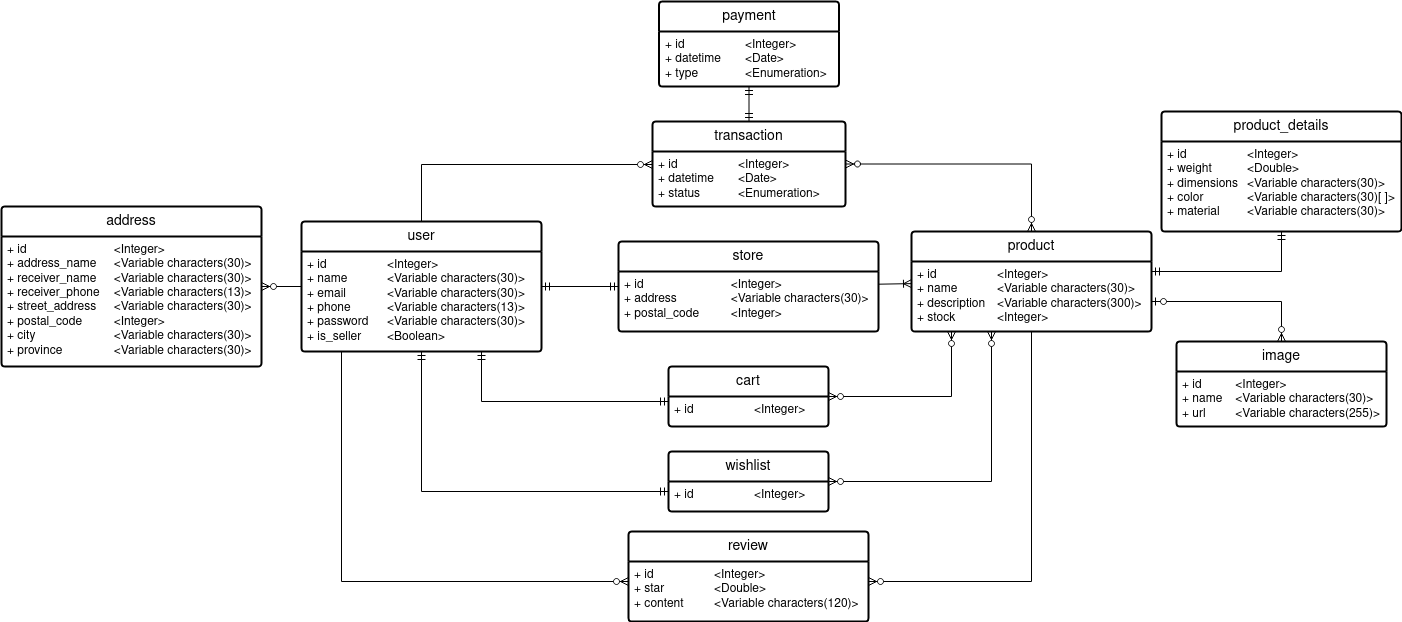
Above: NusantaraStore051_CDM.drawio.png in borednuna/NusantaraStore051_BE (draw.io), before the change. Source tidied: cells renumbered, new cells last; positions are measured from the earlier drawing's top-left corner, leaving out a move shared by most shapes.
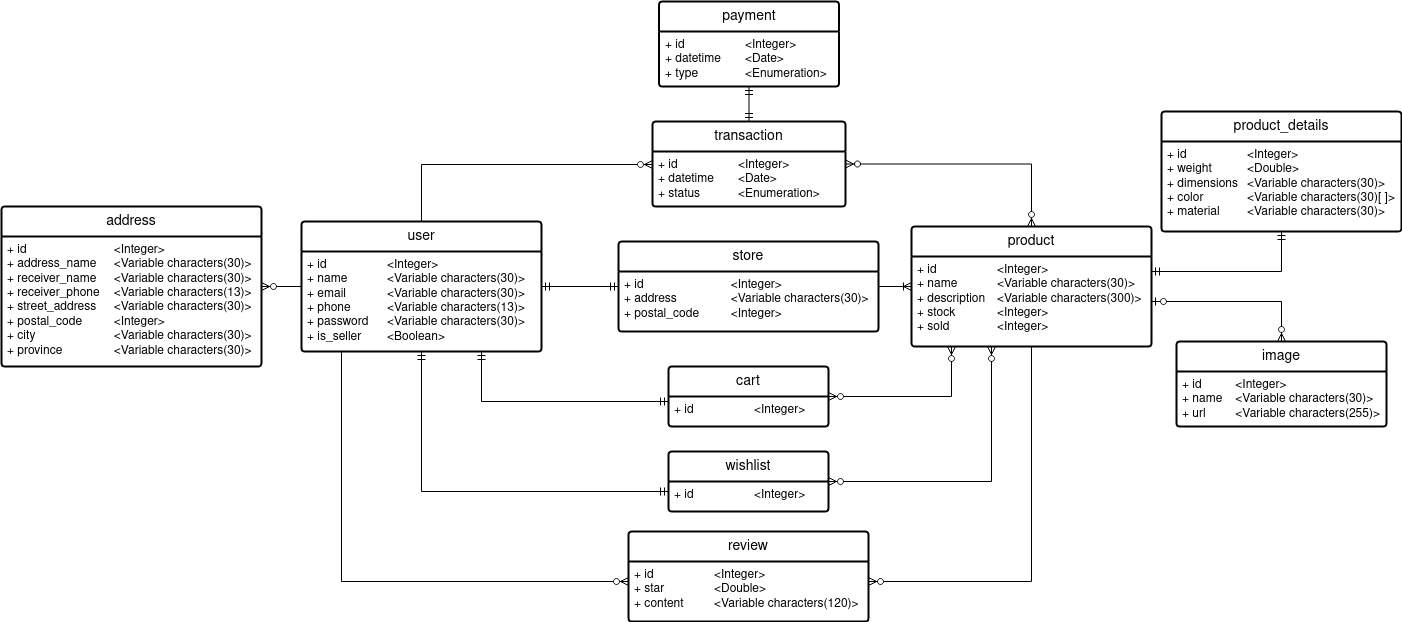
The same file after the commit.

Change to the diagram source:
```diff
@@ -27,10 +27,10 @@
       <mxGeometry relative="1" as="geometry" />
     </mxCell>
     <mxCell id="10" value="product" style="swimlane;horizontal=1;startSize=30;rounded=1;fontSize=14;fontStyle=0;strokeWidth=2;shadow=0;dashed=0;align=center;arcSize=4;whiteSpace=wrap;html=1;" parent="1" vertex="1">
-      <mxGeometry x="910" y="230" width="240" height="100" as="geometry" />
+      <mxGeometry x="910" y="225" width="240" height="120" as="geometry" />
     </mxCell>
-    <mxCell id="11" value="&lt;div&gt;+ id&lt;span style=&quot;white-space: pre;&quot;&gt;&#9;&lt;/span&gt;&lt;span style=&quot;white-space: pre;&quot;&gt;&#9;&lt;/span&gt;&lt;span style=&quot;white-space: pre;&quot;&gt;&#9;&lt;/span&gt;&amp;lt;Integer&amp;gt;&lt;/div&gt;&lt;div&gt;+ name&lt;span style=&quot;white-space: pre;&quot;&gt;&#9;&lt;/span&gt;&lt;span style=&quot;white-space: pre;&quot;&gt;&#9;&lt;/span&gt;&amp;lt;Variable characters(30)&amp;gt;&lt;br&gt;&lt;/div&gt;&lt;div&gt;+ description&lt;span style=&quot;white-space: pre;&quot;&gt;&#9;&lt;/span&gt;&amp;lt;Variable characters(300)&amp;gt;&lt;br&gt;&lt;/div&gt;&lt;div&gt;+ stock&lt;span style=&quot;white-space: pre;&quot;&gt;&#9;&lt;/span&gt;&lt;span style=&quot;white-space: pre;&quot;&gt;&#9;&lt;/span&gt;&amp;lt;Integer&amp;gt;&lt;br&gt;&lt;/div&gt;" style="align=left;strokeColor=none;fillColor=none;spacingLeft=4;fontSize=12;verticalAlign=top;html=1;" parent="10" vertex="1">
-      <mxGeometry y="30" width="240" height="70" as="geometry" />
+    <mxCell id="11" value="&lt;div&gt;+ id&lt;span style=&quot;white-space: pre;&quot;&gt;&#9;&lt;/span&gt;&lt;span style=&quot;white-space: pre;&quot;&gt;&#9;&lt;/span&gt;&lt;span style=&quot;white-space: pre;&quot;&gt;&#9;&lt;/span&gt;&amp;lt;Integer&amp;gt;&lt;/div&gt;&lt;div&gt;+ name&lt;span style=&quot;white-space: pre;&quot;&gt;&#9;&lt;/span&gt;&lt;span style=&quot;white-space: pre;&quot;&gt;&#9;&lt;/span&gt;&amp;lt;Variable characters(30)&amp;gt;&lt;br&gt;&lt;/div&gt;&lt;div&gt;+ description&lt;span style=&quot;white-space: pre;&quot;&gt;&#9;&lt;/span&gt;&amp;lt;Variable characters(300)&amp;gt;&lt;br&gt;&lt;/div&gt;&lt;div&gt;+ stock&lt;span style=&quot;white-space: pre;&quot;&gt;&#9;&lt;/span&gt;&lt;span style=&quot;white-space: pre;&quot;&gt;&#9;&lt;/span&gt;&amp;lt;Integer&amp;gt;&lt;/div&gt;&lt;div&gt;+ sold&lt;span style=&quot;white-space: pre;&quot;&gt;&#9;&lt;/span&gt;&lt;span style=&quot;white-space: pre;&quot;&gt;&#9;&lt;/span&gt;&amp;lt;Integer&amp;gt;&lt;br&gt;&lt;/div&gt;" style="align=left;strokeColor=none;fillColor=none;spacingLeft=4;fontSize=12;verticalAlign=top;html=1;" parent="10" vertex="1">
+      <mxGeometry y="30" width="240" height="90" as="geometry" />
     </mxCell>
     <mxCell id="12" style="fontSize=12;html=1;endArrow=ERoneToMany;rounded=0;" parent="1" edge="1" source="7" target="10">
       <mxGeometry relative="1" as="geometry" />
```
